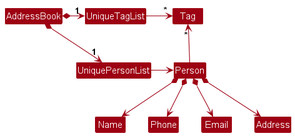
Before: docs/images/BetterModelClassDiagram.png, a diagram exported from PlantUML (nus-cs2103-AY2425S1/tp).
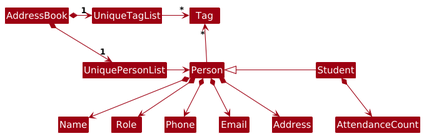
The same file after the commit.

Change to the diagram source:
```diff
@@ -15,7 +15,10 @@
 Person -up-> "*" Tag
 
 Person *--> Name
+Person *--> Role
 Person *--> Phone
 Person *--> Email
 Person *--> Address
+Student -left|> Person
+Student *--> AttendanceCount
 @enduml
```
